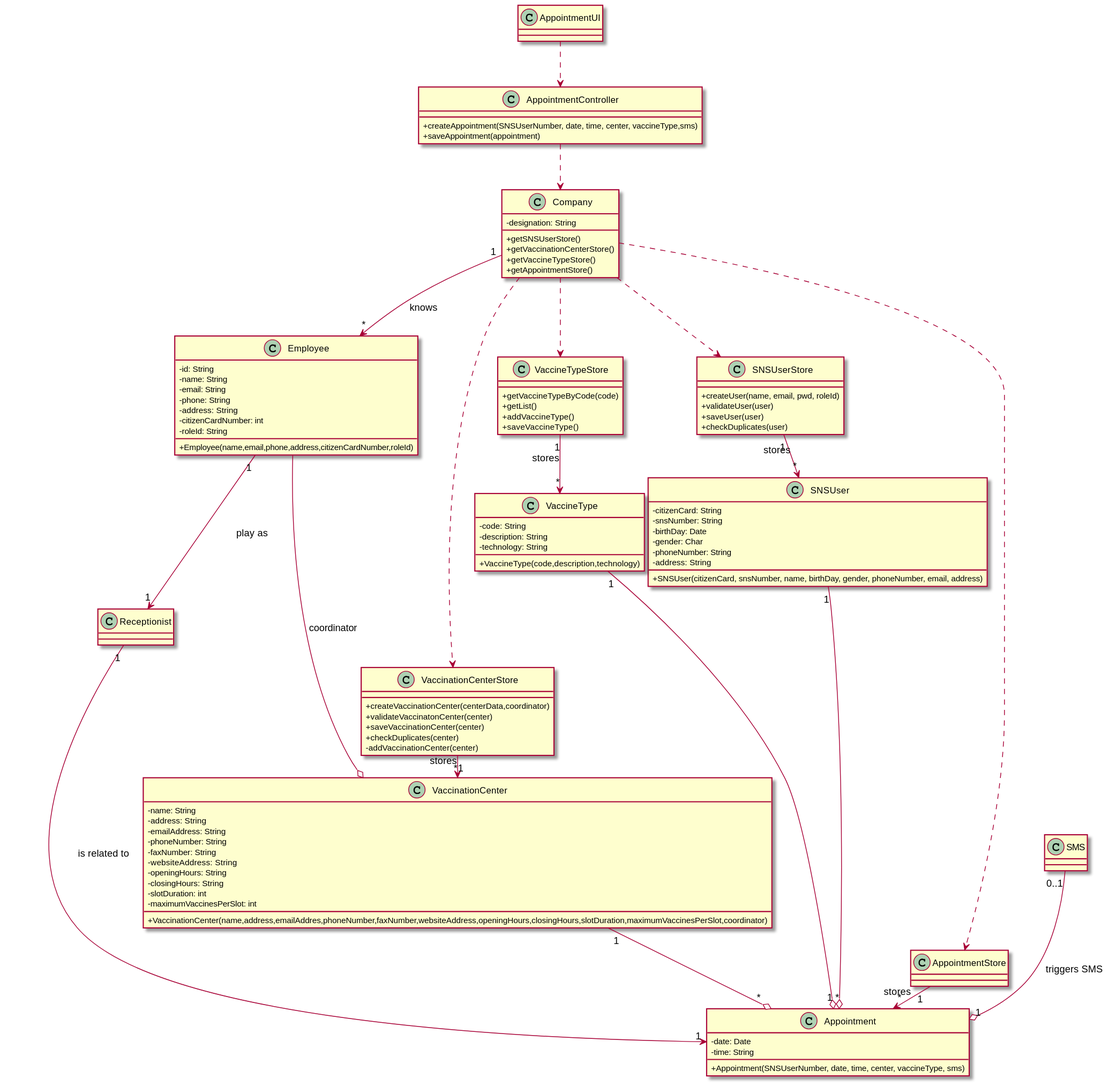
Above: docs/SprintC/US02/CD/US02_CD.svg in miseEnPlace-i/lapr2 (PlantUML), before the change.
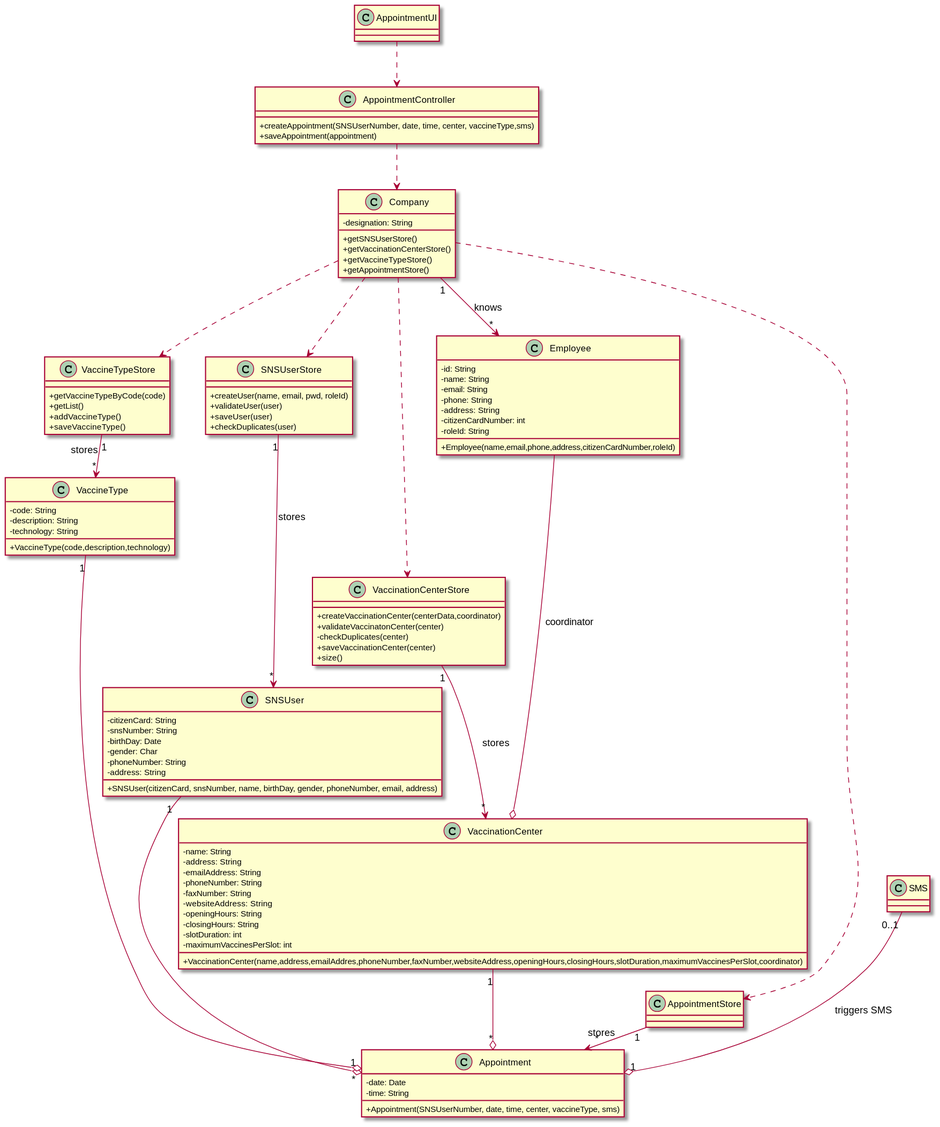
The same diagram one commit later.

The edit, as a diff of the source:
```diff
@@ -58,9 +58,9 @@
 class VaccinationCenterStore {
 +createVaccinationCenter(centerData,coordinator)
 +validateVaccinatonCenter(center)
+-checkDuplicates(center)
 +saveVaccinationCenter(center)
-+checkDuplicates(center)
--addVaccinationCenter(center)
++size()
 }
 
 class VaccineType {
@@ -88,8 +88,6 @@
   +Employee(name,email,phone,address,citizenCardNumber,roleId)
 }
 
-class Receptionist {}
-
 class SMS {}
 
 AppointmentUI ..> AppointmentController
@@ -102,9 +100,7 @@
 VaccinationCenterStore "1" -> "*" VaccinationCenter : stores
 VaccineTypeStore "1" -> "*" VaccineType : stores
 SNSUserStore "1" -> "*" SNSUser : stores
-Employee "1" --> "1" Receptionist : play as
 Employee ---o VaccinationCenter : coordinator
-Receptionist "1" --> "1" Appointment : is related to
 VaccinationCenter "1" --o "*" Appointment
 SNSUser "1" --o "*" Appointment
 VaccineType "1" --o "1" Appointment
```
